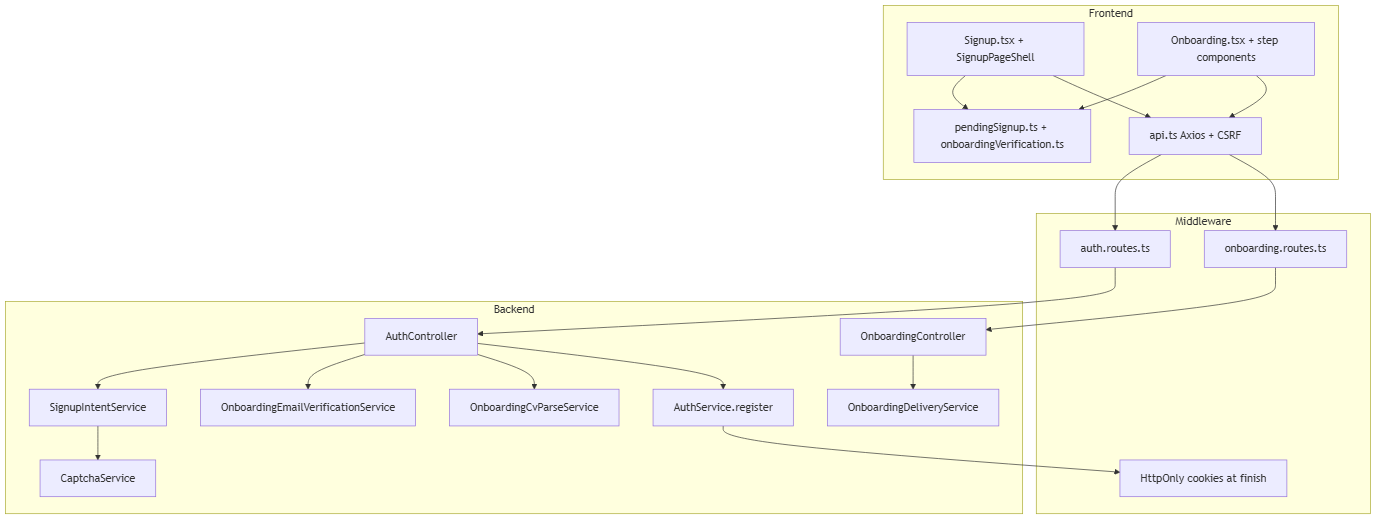
Before: pagesflow/signup-onboarding/diagrams/auth-layers.png, a diagram exported from Mermaid (yugandharreddybana/NewCareers). Its source is kept beside it as pagesflow/signup-onboarding/diagrams/auth-layers.mmd. Its diagram source:
```mermaid
flowchart TB
    subgraph Frontend
        SignupUI[Signup.tsx + SignupPageShell]
        OnbUI[Onboarding.tsx + step components]
        PendingStore[pendingSignup.ts + onboardingVerification.ts]
        Axios[api.ts Axios + CSRF]
    end
    subgraph Middleware
        AuthRoutes[auth.routes.ts]
        OnbRoutes[onboarding.routes.ts]
        Cookies[HttpOnly cookies at finish]
    end
    subgraph Backend
        AuthCtrl[AuthController]
        OnbCtrl[OnboardingController]
        SignupIntent[SignupIntentService]
        EmailVerify[OnboardingEmailVerificationService]
        CvParse[OnboardingCvParseService]
        Delivery[OnboardingDeliveryService]
        Captcha[CaptchaService]
        AuthSvc[AuthService.register]
    end
    SignupUI --> PendingStore
    OnbUI --> PendingStore
    SignupUI --> Axios
    OnbUI --> Axios
    Axios --> AuthRoutes
    Axios --> OnbRoutes
    AuthRoutes --> AuthCtrl
    OnbRoutes --> OnbCtrl
    AuthCtrl --> SignupIntent
    AuthCtrl --> EmailVerify
    AuthCtrl --> CvParse
    AuthCtrl --> AuthSvc
    OnbCtrl --> Delivery
    SignupIntent --> Captcha
    AuthSvc --> Cookies
```
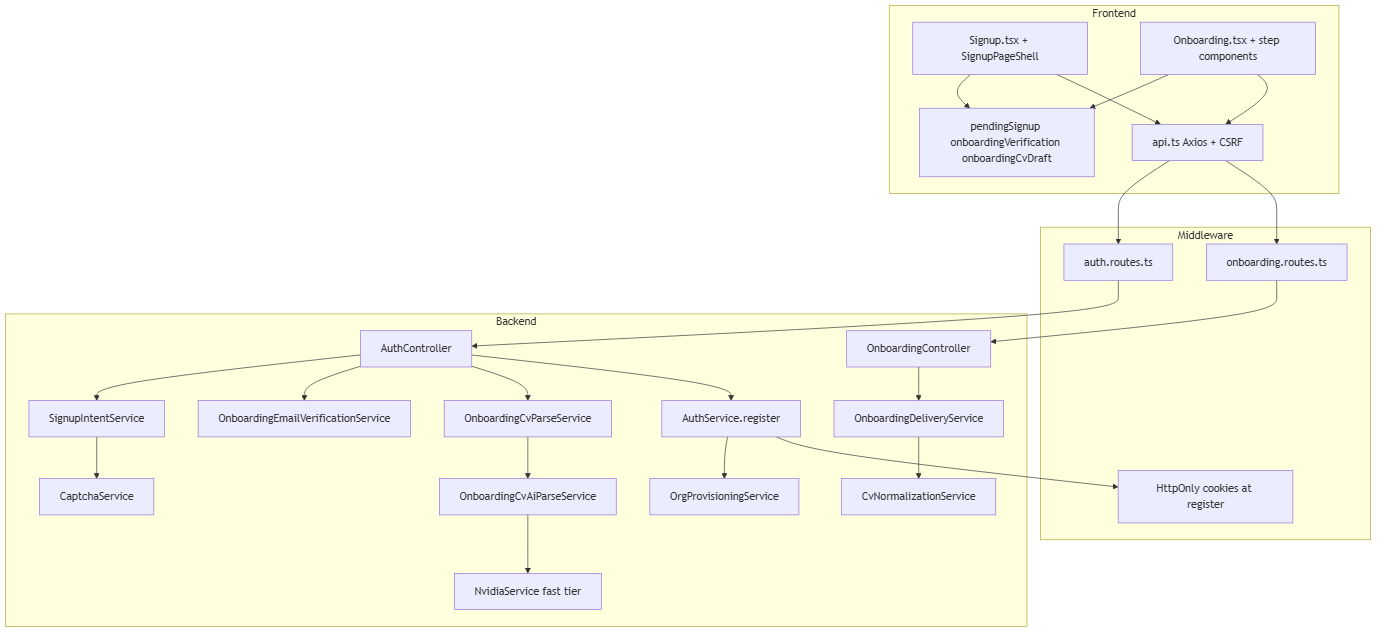
The same file after the commit.

Change to the diagram source:
```diff
@@ -2,13 +2,13 @@
     subgraph Frontend
         SignupUI[Signup.tsx + SignupPageShell]
         OnbUI[Onboarding.tsx + step components]
-        PendingStore[pendingSignup.ts + onboardingVerification.ts]
+        PendingStore[pendingSignup onboardingVerification onboardingCvDraft]
         Axios[api.ts Axios + CSRF]
     end
     subgraph Middleware
         AuthRoutes[auth.routes.ts]
         OnbRoutes[onboarding.routes.ts]
-        Cookies[HttpOnly cookies at finish]
+        Cookies[HttpOnly cookies at register]
     end
     subgraph Backend
         AuthCtrl[AuthController]
@@ -16,7 +16,11 @@
         SignupIntent[SignupIntentService]
         EmailVerify[OnboardingEmailVerificationService]
         CvParse[OnboardingCvParseService]
+        CvAi[OnboardingCvAiParseService]
+        Nvidia[NvidiaService fast tier]
         Delivery[OnboardingDeliveryService]
+        CvNorm[CvNormalizationService]
+        OrgProv[OrgProvisioningService]
         Captcha[CaptchaService]
         AuthSvc[AuthService.register]
     end
@@ -32,6 +36,10 @@
     AuthCtrl --> EmailVerify
     AuthCtrl --> CvParse
     AuthCtrl --> AuthSvc
+    CvParse --> CvAi
+    CvAi --> Nvidia
     OnbCtrl --> Delivery
+    Delivery --> CvNorm
+    AuthSvc --> OrgProv
     SignupIntent --> Captcha
     AuthSvc --> Cookies
```
